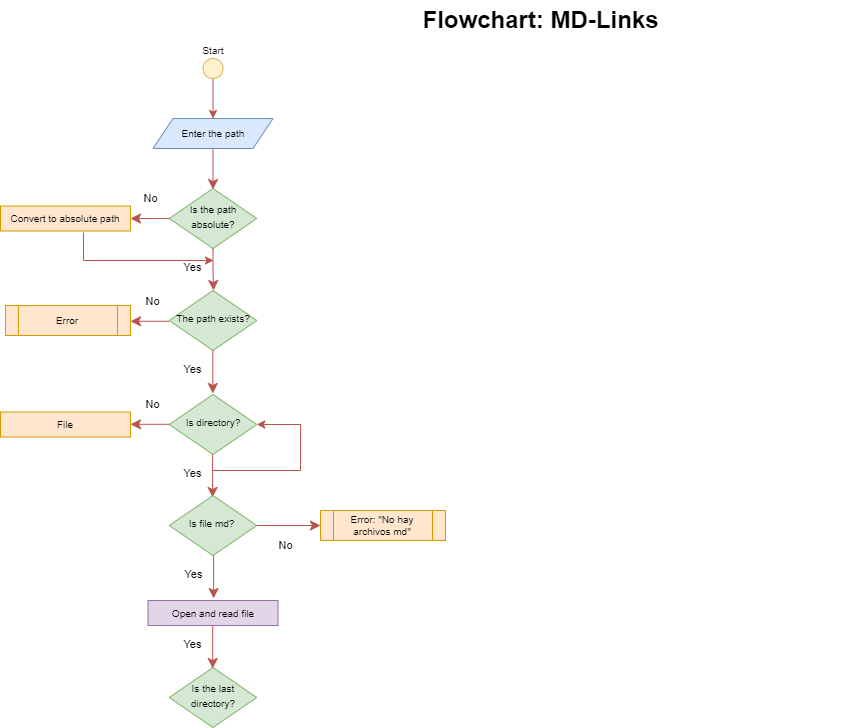
Earlier version of the draw.io export Diagrama_flujo_md-Links.drawio.png (arelia10/LIM017-md-links). Source tidied: cells renumbered, new cells last; positions are measured from the earlier drawing's top-left corner, leaving out a move shared by most shapes.
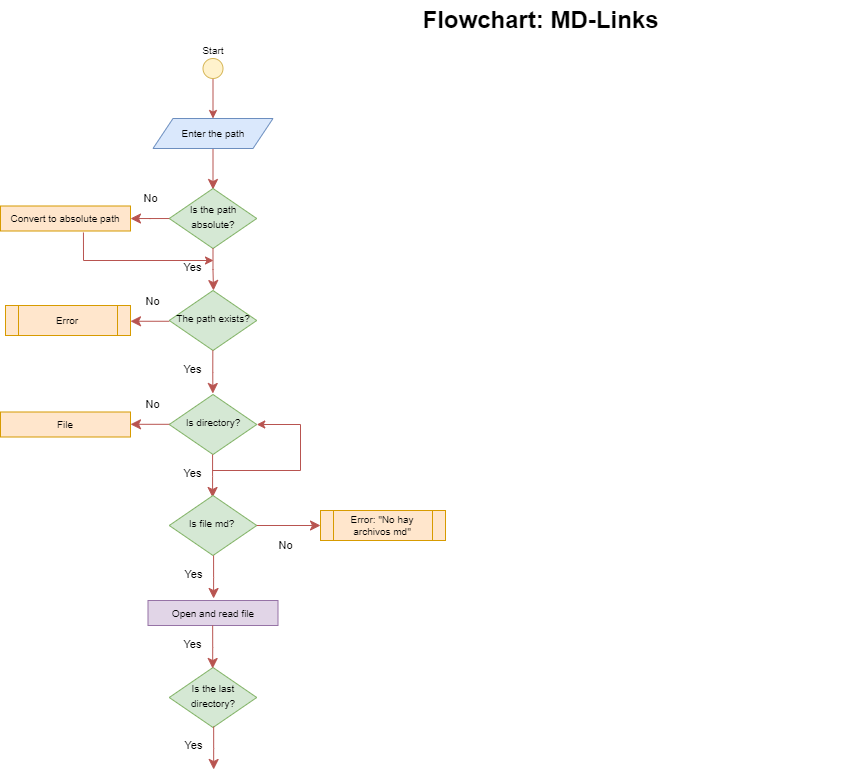
After the change.

Diff of the diagram source:
```diff
@@ -135,5 +135,15 @@
         </Array>
       </mxGeometry>
     </mxCell>
+    <mxCell id="29" value="Yes" style="edgeStyle=orthogonalEdgeStyle;rounded=0;html=1;jettySize=auto;orthogonalLoop=1;fontSize=11;endArrow=classic;endFill=1;endSize=8;strokeWidth=1;shadow=0;labelBackgroundColor=none;fillColor=#f8cecc;strokeColor=#b85450;" parent="1" edge="1">
+      <mxGeometry x="-0.11" y="-20" relative="1" as="geometry">
+        <mxPoint x="213.2" y="726" as="sourcePoint" />
+        <mxPoint x="213.2" y="769" as="targetPoint" />
+        <Array as="points">
+          <mxPoint x="213.2" y="748" />
+          <mxPoint x="213.2" y="748" />
+        </Array>
+      </mxGeometry>
+    </mxCell>
   </root>
 </mxGraphModel>
```
